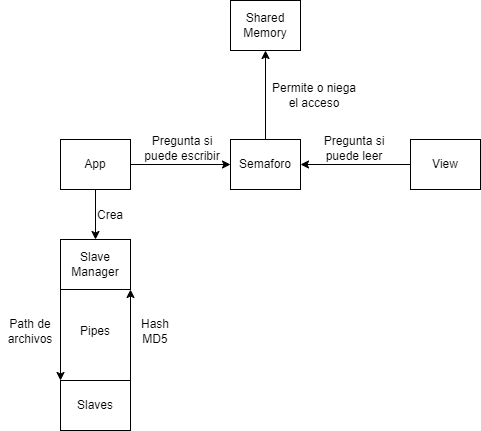
Above: assets/pictures/diagrama_tp1so.png in mperezdegracia/IPC-md5 (draw.io), before the change. Source tidied: cells renumbered, new cells last; positions are measured from the earlier drawing's top-left corner, leaving out a move shared by most shapes.
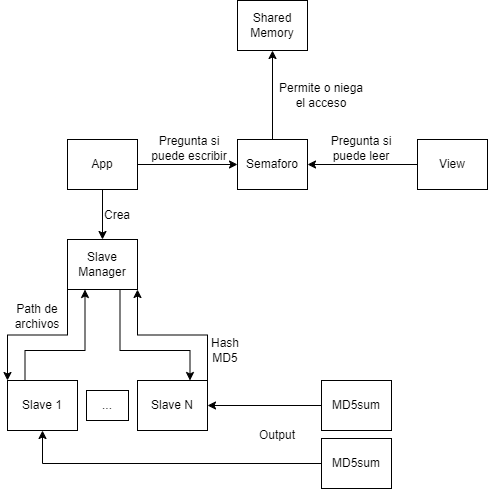
The same diagram one commit later.

Change to the diagram source:
```diff
@@ -44,20 +44,54 @@
     <mxCell id="15" value="Crea" style="text;html=1;strokeColor=none;fillColor=none;align=center;verticalAlign=middle;whiteSpace=wrap;rounded=0;" parent="1" vertex="1">
       <mxGeometry x="90" y="200" width="40" height="30" as="geometry" />
     </mxCell>
-    <mxCell id="16" value="Pipes" style="text;html=1;strokeColor=none;fillColor=none;align=center;verticalAlign=middle;whiteSpace=wrap;rounded=0;" parent="1" vertex="1">
-      <mxGeometry x="75" y="316" width="40" height="30" as="geometry" />
-    </mxCell>
-    <mxCell id="17" style="edgeStyle=orthogonalEdgeStyle;rounded=0;jettySize=auto;html=1;exitX=1;exitY=0;exitDx=0;exitDy=0;entryX=1;entryY=1;entryDx=0;entryDy=0;" parent="1" edge="1" source="18" target="11">
+    <mxCell id="17" style="edgeStyle=orthogonalEdgeStyle;rounded=0;jettySize=auto;html=1;exitX=1;exitY=0;exitDx=0;exitDy=0;entryX=1;entryY=1;entryDx=0;entryDy=0;" parent="1" edge="1" source="22" target="11">
       <mxGeometry relative="1" as="geometry" />
     </mxCell>
-    <mxCell id="18" value="Slaves" style="rounded=0;whiteSpace=wrap;html=1;" parent="1" vertex="1">
-      <mxGeometry x="60" y="380" width="70" height="50" as="geometry" />
+    <mxCell id="18" value="Slave 1" style="rounded=0;whiteSpace=wrap;html=1;" parent="1" vertex="1">
+      <mxGeometry y="380" width="70" height="50" as="geometry" />
     </mxCell>
     <mxCell id="19" value="Path de archivos" style="text;html=1;strokeColor=none;fillColor=none;align=center;verticalAlign=middle;whiteSpace=wrap;rounded=0;" parent="1" vertex="1">
-      <mxGeometry y="311.5" width="60" height="39" as="geometry" />
+      <mxGeometry y="296" width="60" height="39" as="geometry" />
     </mxCell>
     <mxCell id="20" value="Hash MD5" style="text;html=1;strokeColor=none;fillColor=none;align=center;verticalAlign=middle;whiteSpace=wrap;rounded=0;" parent="1" vertex="1">
-      <mxGeometry x="130" y="311.5" width="50" height="39" as="geometry" />
+      <mxGeometry x="193" y="330" width="50" height="39" as="geometry" />
     </mxCell>
+    <mxCell id="21" value="MD5sum" style="rounded=0;whiteSpace=wrap;html=1;" parent="1" vertex="1">
+      <mxGeometry x="314" y="380" width="70" height="50" as="geometry" />
+    </mxCell>
+    <mxCell id="22" value="Slave N" style="rounded=0;whiteSpace=wrap;html=1;" parent="1" vertex="1">
+      <mxGeometry x="130" y="380" width="70" height="50" as="geometry" />
+    </mxCell>
+    <mxCell id="23" value="..." style="rounded=0;whiteSpace=wrap;html=1;" parent="1" vertex="1">
+      <mxGeometry x="79" y="390" width="42" height="30" as="geometry" />
+    </mxCell>
+    <mxCell id="24" style="edgeStyle=orthogonalEdgeStyle;rounded=0;jettySize=auto;html=1;exitX=0;exitY=0.5;exitDx=0;exitDy=0;entryX=1;entryY=0.5;entryDx=0;entryDy=0;" parent="1" edge="1" source="21" target="22">
+      <mxGeometry relative="1" as="geometry" />
+    </mxCell>
+    <mxCell id="25" style="edgeStyle=orthogonalEdgeStyle;rounded=0;jettySize=auto;html=1;exitX=0.25;exitY=0;exitDx=0;exitDy=0;entryX=0.25;entryY=1;entryDx=0;entryDy=0;" parent="1" edge="1" source="18" target="11">
+      <mxGeometry relative="1" as="geometry">
+        <Array as="points">
+          <mxPoint x="18" y="350" />
+          <mxPoint x="78" y="350" />
+        </Array>
+      </mxGeometry>
+    </mxCell>
+    <mxCell id="26" style="edgeStyle=orthogonalEdgeStyle;rounded=0;jettySize=auto;html=1;exitX=0.75;exitY=1;exitDx=0;exitDy=0;entryX=0.75;entryY=0;entryDx=0;entryDy=0;" parent="1" edge="1" source="11" target="22">
+      <mxGeometry relative="1" as="geometry">
+        <Array as="points">
+          <mxPoint x="113" y="350" />
+          <mxPoint x="183" y="350" />
+        </Array>
+      </mxGeometry>
+    </mxCell>
+    <mxCell id="27" value="Output" style="text;html=1;strokeColor=none;fillColor=none;align=center;verticalAlign=middle;whiteSpace=wrap;rounded=0;" parent="1" vertex="1">
+      <mxGeometry x="240" y="410" width="60" height="50" as="geometry" />
+    </mxCell>
+    <mxCell id="28" style="edgeStyle=orthogonalEdgeStyle;rounded=0;jettySize=auto;html=1;entryX=0.5;entryY=1;entryDx=0;entryDy=0;exitX=0;exitY=0.5;exitDx=0;exitDy=0;" parent="1" edge="1" source="29" target="18">
+      <mxGeometry relative="1" as="geometry" />
+    </mxCell>
+    <mxCell id="29" value="MD5sum" style="rounded=0;whiteSpace=wrap;html=1;" parent="1" vertex="1">
+      <mxGeometry x="314" y="438" width="70" height="50" as="geometry" />
+    </mxCell>
   </root>
 </mxGraphModel>
```
